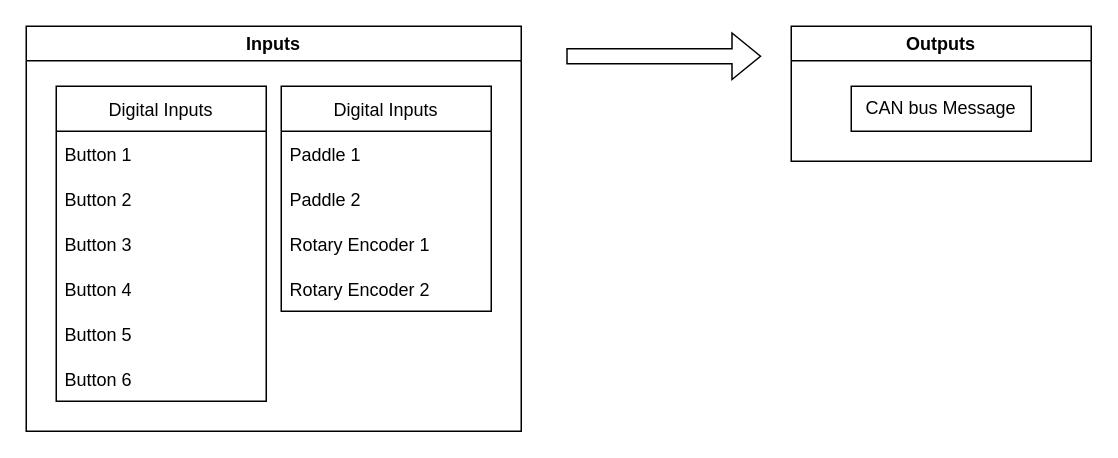
The draw.io diagram Steering_wheel_2022.drawio in Jack17432/FSAE_steering_wheel_2022, before the edit. Source tidied: cells renumbered, new cells numbered last; positions are measured from the earlier drawing's top-left corner, leaving out a move shared by most shapes. Both pictures are drawn from the tidied source at 150%, with x=0, y=0 at pixel (26, 26).
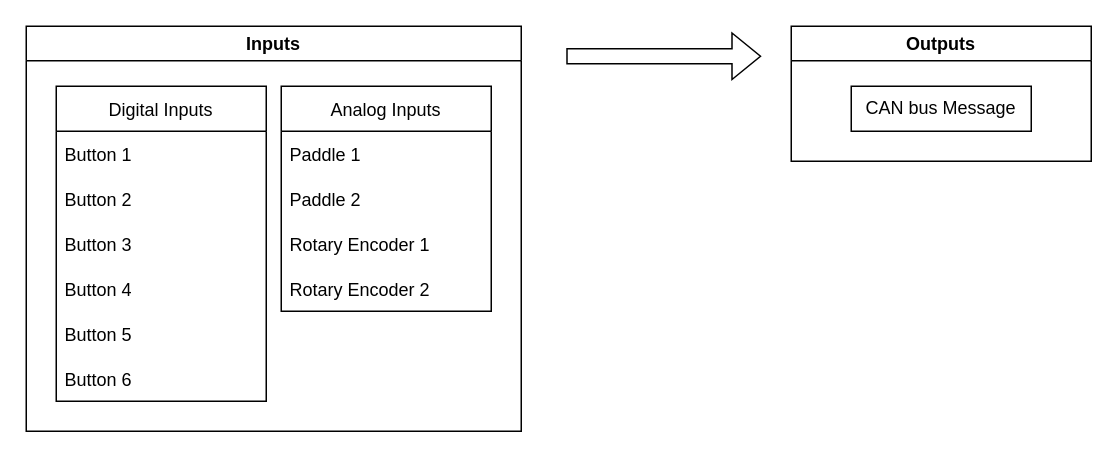
After the change.

Commit message:
fixed the input type of diagram

The edit, as a diff of the source:
```diff
@@
 <mxGraphModel>
   <root>
     <mxCell id="0" />
     <mxCell id="1" parent="0" />
     <mxCell id="2" value="Inputs" style="swimlane;startSize=23;" parent="1" vertex="1">
       <mxGeometry width="330" height="270" as="geometry" />
     </mxCell>
     <mxCell id="3" value="Digital Inputs" style="swimlane;fontStyle=0;horizontal=1;startSize=30;" parent="2" vertex="1">
       <mxGeometry x="20" y="40" width="140" height="210" as="geometry" />
     </mxCell>
     <mxCell id="4" value="Button 1" style="text;strokeColor=none;fillColor=none;align=left;verticalAlign=middle;spacingLeft=4;spacingRight=4;overflow=hidden;" parent="3" vertex="1">
       <mxGeometry y="30" width="140" height="30" as="geometry" />
     </mxCell>
     <mxCell id="5" value="Button 2" style="text;strokeColor=none;fillColor=none;align=left;verticalAlign=middle;spacingLeft=4;spacingRight=4;overflow=hidden;" parent="3" vertex="1">
       <mxGeometry y="60" width="140" height="30" as="geometry" />
     </mxCell>
     <mxCell id="6" value="Button 3" style="text;strokeColor=none;fillColor=none;align=left;verticalAlign=middle;spacingLeft=4;spacingRight=4;overflow=hidden;" parent="3" vertex="1">
       <mxGeometry y="90" width="140" height="30" as="geometry" />
     </mxCell>
     <mxCell id="7" value="Button 4" style="text;strokeColor=none;fillColor=none;align=left;verticalAlign=middle;spacingLeft=4;spacingRight=4;overflow=hidden;" parent="3" vertex="1">
       <mxGeometry y="120" width="140" height="30" as="geometry" />
     </mxCell>
     <mxCell id="8" value="Button 5" style="text;strokeColor=none;fillColor=none;align=left;verticalAlign=middle;spacingLeft=4;spacingRight=4;overflow=hidden;" parent="3" vertex="1">
       <mxGeometry y="150" width="140" height="30" as="geometry" />
     </mxCell>
     <mxCell id="9" value="Button 6" style="text;strokeColor=none;fillColor=none;align=left;verticalAlign=middle;spacingLeft=4;spacingRight=4;overflow=hidden;" parent="3" vertex="1">
       <mxGeometry y="180" width="140" height="30" as="geometry" />
     </mxCell>
-    <mxCell id="10" value="Digital Inputs" style="swimlane;fontStyle=0;horizontal=1;startSize=30;" parent="2" vertex="1">
+    <mxCell id="10" value="Analog Inputs" style="swimlane;fontStyle=0;horizontal=1;startSize=30;" parent="2" vertex="1">
       <mxGeometry x="170" y="40" width="140" height="150" as="geometry" />
     </mxCell>
     <mxCell id="11" value="Paddle 1" style="text;strokeColor=none;fillColor=none;align=left;verticalAlign=middle;spacingLeft=4;spacingRight=4;overflow=hidden;" parent="10" vertex="1">
       <mxGeometry y="30" width="140" height="30" as="geometry" />
     </mxCell>
     <mxCell id="12" value="Paddle 2" style="text;strokeColor=none;fillColor=none;align=left;verticalAlign=middle;spacingLeft=4;spacingRight=4;overflow=hidden;" parent="10" vertex="1">
       <mxGeometry y="60" width="140" height="30" as="geometry" />
     </mxCell>
     <mxCell id="13" value="Rotary Encoder 1" style="text;strokeColor=none;fillColor=none;align=left;verticalAlign=middle;spacingLeft=4;spacingRight=4;overflow=hidden;" parent="10" vertex="1">
       <mxGeometry y="90" width="140" height="30" as="geometry" />
     </mxCell>
     <mxCell id="14" value="Rotary Encoder 2" style="text;strokeColor=none;fillColor=none;align=left;verticalAlign=middle;spacingLeft=4;spacingRight=4;overflow=hidden;" parent="10" vertex="1">
       <mxGeometry y="120" width="140" height="30" as="geometry" />
     </mxCell>
     <mxCell id="15" value="Outputs" style="swimlane;startSize=23;" parent="1" vertex="1">
       <mxGeometry x="510" width="200" height="90" as="geometry" />
     </mxCell>
     <mxCell id="16" value="CAN bus Message" style="rounded=0;whiteSpace=wrap;html=1;" parent="15" vertex="1">
       <mxGeometry x="40" y="40" width="120" height="30" as="geometry" />
     </mxCell>
     <mxCell id="17" style="shape=flexArrow;endArrow=classic;html=1;rounded=0;" parent="1" edge="1">
       <mxGeometry relative="1" as="geometry">
         <mxPoint x="360" y="20" as="sourcePoint" />
         <mxPoint x="490" y="20" as="targetPoint" />
       </mxGeometry>
     </mxCell>
   </root>
 </mxGraphModel>
```
